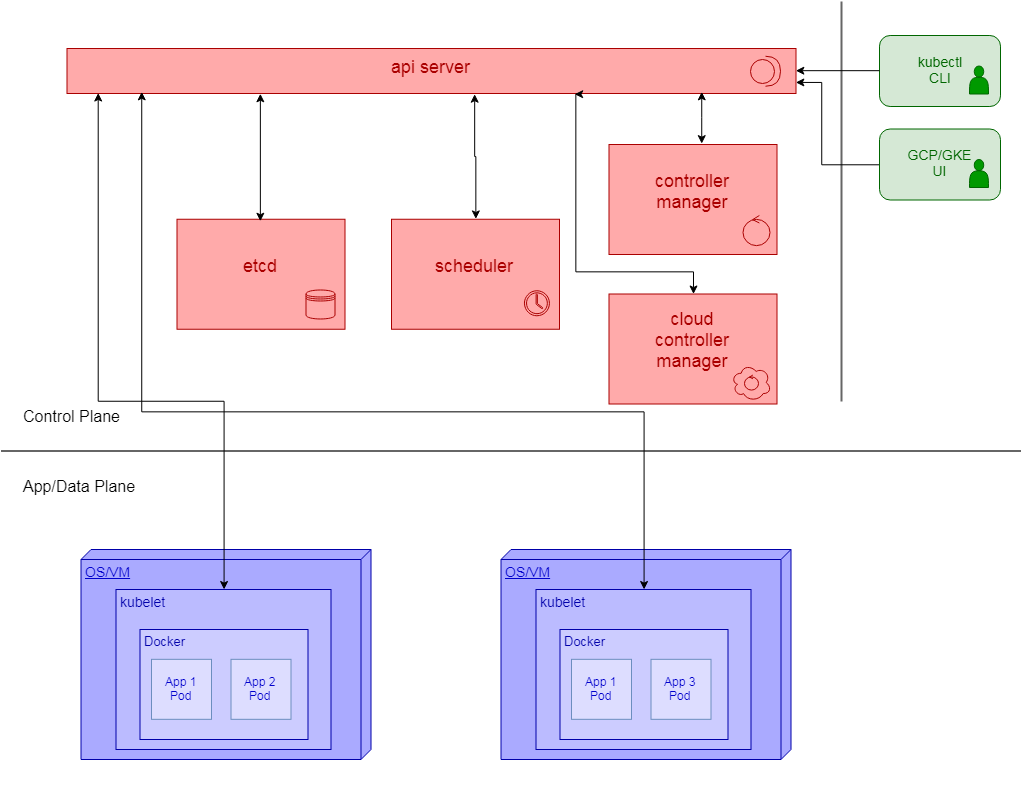
Before: High-Level-Architecture.png, a diagram exported from draw.io (marcriehm/kubernetes-research). Source tidied: cells renumbered, new cells last; positions are measured from the earlier drawing's top-left corner, leaving out a move shared by most shapes.
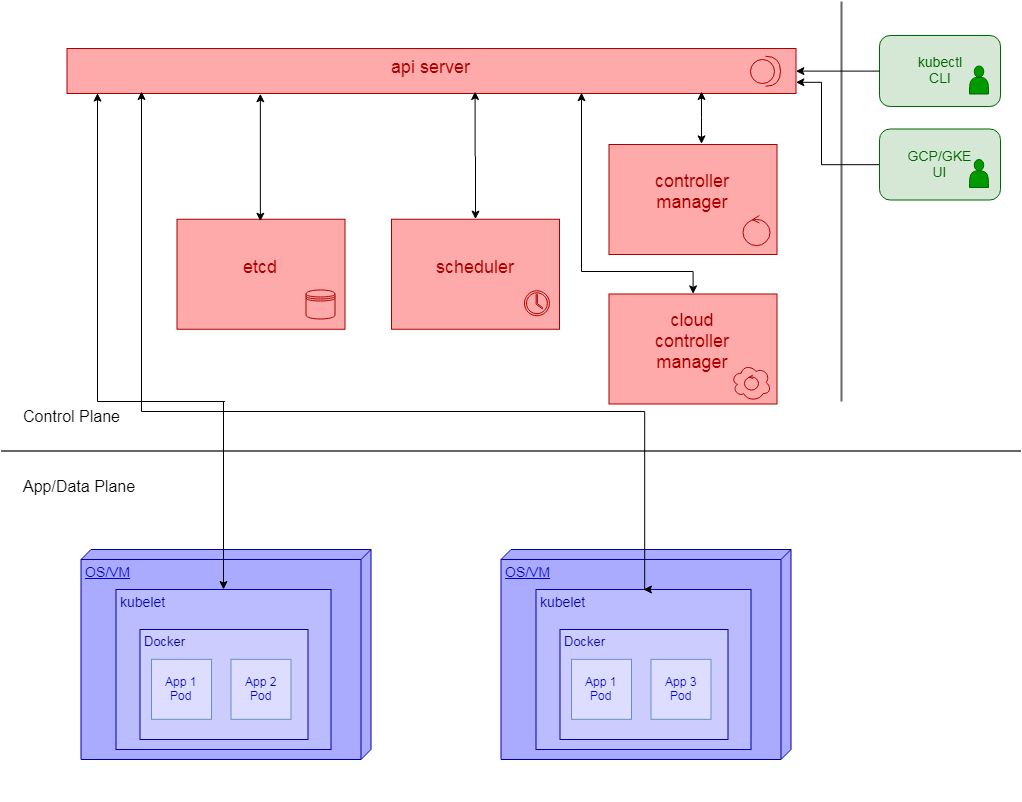
Later version of the same file.

Commit message:
Fixed lines in the arch diagram

Change to the diagram source:
```diff
@@ -142,23 +142,12 @@
     <mxCell id="44" value="App 3&lt;br&gt;Pod&lt;br&gt;" style="html=1;fillColor=#DDDDFF;strokeColor=#6c8ebf;fontColor=#0000CC;" parent="39" vertex="1">
       <mxGeometry x="150" y="109.8" width="60" height="60" as="geometry" />
     </mxCell>
-    <mxCell id="45" style="edgeStyle=orthogonalEdgeStyle;rounded=0;jettySize=auto;html=1;exitX=0.5;exitY=0;exitDx=0;exitDy=0;entryX=0.56;entryY=1.003;entryDx=0;entryDy=0;entryPerimeter=0;startArrow=classic;startFill=1;" parent="1" edge="1" source="14" target="29">
-      <mxGeometry relative="1" as="geometry" />
-    </mxCell>
     <mxCell id="46" style="edgeStyle=orthogonalEdgeStyle;rounded=0;orthogonalLoop=1;jettySize=auto;html=1;exitX=0.5;exitY=0;exitDx=0;exitDy=0;entryX=0.56;entryY=0.956;entryDx=0;entryDy=0;entryPerimeter=0;startArrow=classic;startFill=1;" parent="1" edge="1">
       <mxGeometry relative="1" as="geometry">
         <mxPoint x="258.9" y="219.7" as="sourcePoint" />
         <mxPoint x="258.9" y="92.3" as="targetPoint" />
       </mxGeometry>
     </mxCell>
-    <mxCell id="47" style="edgeStyle=orthogonalEdgeStyle;rounded=0;jettySize=auto;html=1;exitX=0.697;exitY=1.023;exitDx=0;exitDy=0;startArrow=classic;startFill=1;exitPerimeter=0;" parent="1" edge="1" source="29" target="18">
-      <mxGeometry relative="1" as="geometry">
-        <Array as="points">
-          <mxPoint x="574" y="270" />
-          <mxPoint x="692" y="270" />
-        </Array>
-      </mxGeometry>
-    </mxCell>
     <mxCell id="48" style="edgeStyle=orthogonalEdgeStyle;rounded=0;jettySize=auto;html=1;exitX=0.5;exitY=0;exitDx=0;exitDy=0;entryX=0.042;entryY=0.995;entryDx=0;entryDy=0;entryPerimeter=0;startArrow=classic;startFill=1;" parent="1" edge="1" source="35" target="29">
       <mxGeometry relative="1" as="geometry">
         <Array as="points">
@@ -178,5 +167,16 @@
     <mxCell id="50" style="rounded=0;whiteSpace=wrap;html=1;strokeColor=none;" parent="1" vertex="1">
       <mxGeometry x="420" y="790" width="10" height="10" as="geometry" />
     </mxCell>
+    <mxCell id="51" style="edgeStyle=orthogonalEdgeStyle;rounded=0;jettySize=auto;html=1;exitX=0.5;exitY=0;exitDx=0;exitDy=0;entryX=0.706;entryY=0.984;entryDx=0;entryDy=0;entryPerimeter=0;startArrow=classic;startFill=1;" parent="1" edge="1" source="18" target="29">
+      <mxGeometry relative="1" as="geometry">
+        <Array as="points">
+          <mxPoint x="691" y="270" />
+          <mxPoint x="580" y="270" />
+        </Array>
+      </mxGeometry>
+    </mxCell>
+    <mxCell id="45" style="edgeStyle=orthogonalEdgeStyle;rounded=0;jettySize=auto;html=1;exitX=0.5;exitY=0;exitDx=0;exitDy=0;entryX=0.56;entryY=0.956;entryDx=0;entryDy=0;entryPerimeter=0;startArrow=classic;startFill=1;" parent="1" edge="1" source="14" target="29">
+      <mxGeometry relative="1" as="geometry" />
+    </mxCell>
   </root>
 </mxGraphModel>
```
